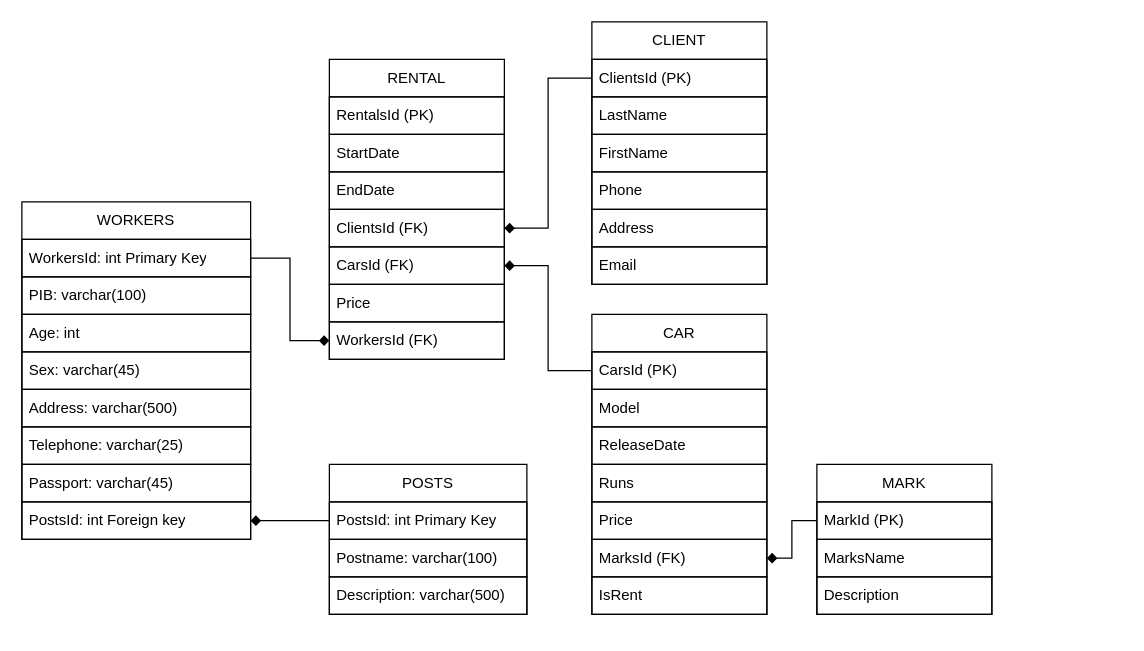
Erw1n-git/drawio_flowcharts keeps this draw.io diagram as physical.drawio. Above is the earlier version. Source tidied: cells renumbered, new cells numbered last; positions are measured from the earlier drawing's top-left corner, leaving out a move shared by most shapes. Both pictures are drawn from the tidied source at 125%, with x=0, y=0 at pixel (21, 21).
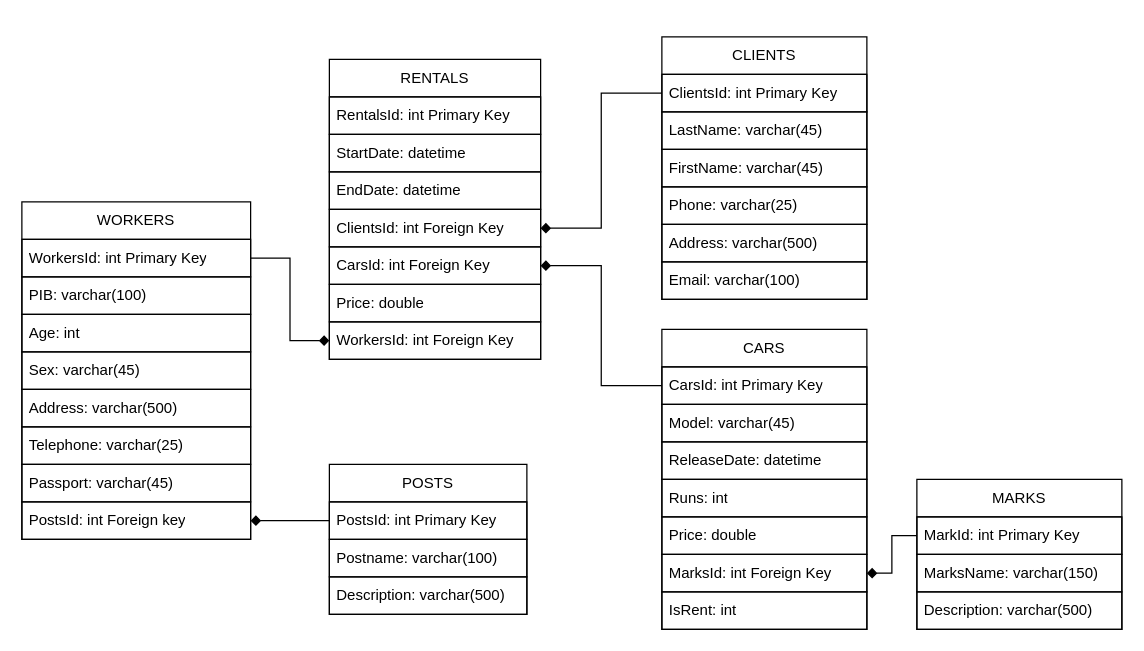
After the change.

What changed in the source:
```diff
@@
-    <mxCell id="16" value="RENTAL" style="swimlane;fontStyle=0;horizontal=1;startSize=30;whiteSpace=wrap;html=1;" parent="1" vertex="1">
-      <mxGeometry x="246" y="30" width="140" height="240" as="geometry" />
+    <mxCell id="16" value="RENTALS" style="swimlane;fontStyle=0;horizontal=1;startSize=30;whiteSpace=wrap;html=1;" parent="1" vertex="1">
+      <mxGeometry x="246" y="30" width="169" height="240" as="geometry" />
     </mxCell>
-    <mxCell id="17" value="RentalsId (PK)" style="text;strokeColor=default;fillColor=none;align=left;verticalAlign=middle;spacingLeft=4;spacingRight=4;overflow=hidden;whiteSpace=wrap;html=1;" parent="16" vertex="1">
-      <mxGeometry y="30" width="140" height="30" as="geometry" />
+    <mxCell id="17" value="RentalsId: int Primary Key" style="text;strokeColor=default;fillColor=none;align=left;verticalAlign=middle;spacingLeft=4;spacingRight=4;overflow=hidden;whiteSpace=wrap;html=1;" parent="16" vertex="1">
+      <mxGeometry y="30" width="169" height="30" as="geometry" />
     </mxCell>
-    <mxCell id="18" value="StartDate" style="text;strokeColor=default;fillColor=none;align=left;verticalAlign=middle;spacingLeft=4;spacingRight=4;overflow=hidden;whiteSpace=wrap;html=1;" parent="16" vertex="1">
-      <mxGeometry y="60" width="140" height="30" as="geometry" />
+    <mxCell id="18" value="StartDate: datetime" style="text;strokeColor=default;fillColor=none;align=left;verticalAlign=middle;spacingLeft=4;spacingRight=4;overflow=hidden;whiteSpace=wrap;html=1;" parent="16" vertex="1">
+      <mxGeometry y="60" width="169" height="30" as="geometry" />
     </mxCell>
-    <mxCell id="19" value="EndDate" style="text;strokeColor=default;fillColor=none;align=left;verticalAlign=middle;spacingLeft=4;spacingRight=4;overflow=hidden;whiteSpace=wrap;html=1;" parent="16" vertex="1">
-      <mxGeometry y="90" width="140" height="30" as="geometry" />
+    <mxCell id="19" value="EndDate: datetime" style="text;strokeColor=default;fillColor=none;align=left;verticalAlign=middle;spacingLeft=4;spacingRight=4;overflow=hidden;whiteSpace=wrap;html=1;" parent="16" vertex="1">
+      <mxGeometry y="90" width="169" height="30" as="geometry" />
     </mxCell>
-    <mxCell id="20" value="&lt;div&gt;ClientsId (FK)&lt;br&gt;&lt;/div&gt;" style="text;strokeColor=default;fillColor=none;align=left;verticalAlign=middle;spacingLeft=4;spacingRight=4;overflow=hidden;points=[[0,0.5],[1,0.5]];portConstraint=eastwest;whiteSpace=wrap;html=1;" parent="16" vertex="1">
-      <mxGeometry y="120" width="140" height="30" as="geometry" />
+    <mxCell id="20" value="&lt;div&gt;ClientsId: int Foreign Key&lt;br&gt;&lt;/div&gt;" style="text;strokeColor=default;fillColor=none;align=left;verticalAlign=middle;spacingLeft=4;spacingRight=4;overflow=hidden;points=[[0,0.5],[1,0.5]];portConstraint=eastwest;whiteSpace=wrap;html=1;" parent="16" vertex="1">
+      <mxGeometry y="120" width="169" height="30" as="geometry" />
     </mxCell>
-    <mxCell id="21" value="CarsId (FK)" style="text;strokeColor=default;fillColor=none;align=left;verticalAlign=middle;spacingLeft=4;spacingRight=4;overflow=hidden;points=[[0,0.5],[1,0.5]];portConstraint=eastwest;whiteSpace=wrap;html=1;" parent="16" vertex="1">
-      <mxGeometry y="150" width="140" height="30" as="geometry" />
+    <mxCell id="21" value="CarsId: int Foreign Key" style="text;strokeColor=default;fillColor=none;align=left;verticalAlign=middle;spacingLeft=4;spacingRight=4;overflow=hidden;points=[[0,0.5],[1,0.5]];portConstraint=eastwest;whiteSpace=wrap;html=1;" parent="16" vertex="1">
+      <mxGeometry y="150" width="169" height="30" as="geometry" />
     </mxCell>
-    <mxCell id="22" value="Price" style="text;strokeColor=default;fillColor=none;align=left;verticalAlign=middle;spacingLeft=4;spacingRight=4;overflow=hidden;whiteSpace=wrap;html=1;" parent="16" vertex="1">
-      <mxGeometry y="180" width="140" height="30" as="geometry" />
+    <mxCell id="22" value="Price: double" style="text;strokeColor=default;fillColor=none;align=left;verticalAlign=middle;spacingLeft=4;spacingRight=4;overflow=hidden;whiteSpace=wrap;html=1;" parent="16" vertex="1">
+      <mxGeometry y="180" width="169" height="30" as="geometry" />
     </mxCell>
-    <mxCell id="23" value="WorkersId (FK)" style="text;strokeColor=default;fillColor=none;align=left;verticalAlign=middle;spacingLeft=4;spacingRight=4;overflow=hidden;points=[[0,0.5],[1,0.5]];portConstraint=eastwest;whiteSpace=wrap;html=1;" parent="16" vertex="1">
-      <mxGeometry y="210" width="140" height="30" as="geometry" />
+    <mxCell id="23" value="WorkersId: int Foreign Key" style="text;strokeColor=default;fillColor=none;align=left;verticalAlign=middle;spacingLeft=4;spacingRight=4;overflow=hidden;points=[[0,0.5],[1,0.5]];portConstraint=eastwest;whiteSpace=wrap;html=1;" parent="16" vertex="1">
+      <mxGeometry y="210" width="169" height="30" as="geometry" />
     </mxCell>
-    <mxCell id="24" value="CAR" style="swimlane;fontStyle=0;horizontal=1;startSize=30;whiteSpace=wrap;html=1;" parent="1" vertex="1">
-      <mxGeometry x="456" y="234" width="140" height="240" as="geometry" />
+    <mxCell id="24" value="CARS" style="swimlane;fontStyle=0;horizontal=1;startSize=30;whiteSpace=wrap;html=1;" parent="1" vertex="1">
+      <mxGeometry x="512" y="246" width="164" height="240" as="geometry" />
     </mxCell>
-    <mxCell id="25" value="CarsId (PK)" style="text;strokeColor=default;fillColor=none;align=left;verticalAlign=middle;spacingLeft=4;spacingRight=4;overflow=hidden;points=[[0,0.5],[1,0.5]];portConstraint=eastwest;whiteSpace=wrap;html=1;" parent="24" vertex="1">
-      <mxGeometry y="30" width="140" height="30" as="geometry" />
+    <mxCell id="25" value="CarsId: int Primary Key" style="text;strokeColor=default;fillColor=none;align=left;verticalAlign=middle;spacingLeft=4;spacingRight=4;overflow=hidden;points=[[0,0.5],[1,0.5]];portConstraint=eastwest;whiteSpace=wrap;html=1;" parent="24" vertex="1">
+      <mxGeometry y="30" width="164" height="30" as="geometry" />
     </mxCell>
-    <mxCell id="26" value="Model" style="text;strokeColor=default;fillColor=none;align=left;verticalAlign=middle;spacingLeft=4;spacingRight=4;overflow=hidden;whiteSpace=wrap;html=1;" parent="24" vertex="1">
-      <mxGeometry y="60" width="140" height="30" as="geometry" />
+    <mxCell id="26" value="Model: varchar(45)" style="text;strokeColor=default;fillColor=none;align=left;verticalAlign=middle;spacingLeft=4;spacingRight=4;overflow=hidden;whiteSpace=wrap;html=1;" parent="24" vertex="1">
+      <mxGeometry y="60" width="164" height="30" as="geometry" />
     </mxCell>
-    <mxCell id="27" value="ReleaseDate" style="text;strokeColor=default;fillColor=none;align=left;verticalAlign=middle;spacingLeft=4;spacingRight=4;overflow=hidden;whiteSpace=wrap;html=1;" parent="24" vertex="1">
-      <mxGeometry y="90" width="140" height="30" as="geometry" />
+    <mxCell id="27" value="ReleaseDate: datetime" style="text;strokeColor=default;fillColor=none;align=left;verticalAlign=middle;spacingLeft=4;spacingRight=4;overflow=hidden;whiteSpace=wrap;html=1;" parent="24" vertex="1">
+      <mxGeometry y="90" width="164" height="30" as="geometry" />
     </mxCell>
-    <mxCell id="28" value="Runs" style="text;strokeColor=default;fillColor=none;align=left;verticalAlign=middle;spacingLeft=4;spacingRight=4;overflow=hidden;whiteSpace=wrap;html=1;" parent="24" vertex="1">
-      <mxGeometry y="120" width="140" height="30" as="geometry" />
+    <mxCell id="28" value="Runs: int" style="text;strokeColor=default;fillColor=none;align=left;verticalAlign=middle;spacingLeft=4;spacingRight=4;overflow=hidden;whiteSpace=wrap;html=1;" parent="24" vertex="1">
+      <mxGeometry y="120" width="164" height="30" as="geometry" />
     </mxCell>
-    <mxCell id="29" value="Price" style="text;strokeColor=default;fillColor=none;align=left;verticalAlign=middle;spacingLeft=4;spacingRight=4;overflow=hidden;whiteSpace=wrap;html=1;" parent="24" vertex="1">
-      <mxGeometry y="150" width="140" height="30" as="geometry" />
+    <mxCell id="29" value="Price: double" style="text;strokeColor=default;fillColor=none;align=left;verticalAlign=middle;spacingLeft=4;spacingRight=4;overflow=hidden;whiteSpace=wrap;html=1;" parent="24" vertex="1">
+      <mxGeometry y="150" width="164" height="30" as="geometry" />
     </mxCell>
-    <mxCell id="30" value="MarksId (FK)" style="text;strokeColor=default;fillColor=none;align=left;verticalAlign=middle;spacingLeft=4;spacingRight=4;overflow=hidden;points=[[0,0.5],[1,0.5]];portConstraint=eastwest;whiteSpace=wrap;html=1;" parent="24" vertex="1">
-      <mxGeometry y="180" width="140" height="30" as="geometry" />
+    <mxCell id="30" value="MarksId: int Foreign Key" style="text;strokeColor=default;fillColor=none;align=left;verticalAlign=middle;spacingLeft=4;spacingRight=4;overflow=hidden;points=[[0,0.5],[1,0.5]];portConstraint=eastwest;whiteSpace=wrap;html=1;" parent="24" vertex="1">
+      <mxGeometry y="180" width="164" height="30" as="geometry" />
     </mxCell>
-    <mxCell id="31" value="IsRent" style="text;strokeColor=default;fillColor=none;align=left;verticalAlign=middle;spacingLeft=4;spacingRight=4;overflow=hidden;whiteSpace=wrap;html=1;" parent="24" vertex="1">
-      <mxGeometry y="210" width="140" height="30" as="geometry" />
+    <mxCell id="31" value="IsRent: int" style="text;strokeColor=default;fillColor=none;align=left;verticalAlign=middle;spacingLeft=4;spacingRight=4;overflow=hidden;whiteSpace=wrap;html=1;" parent="24" vertex="1">
+      <mxGeometry y="210" width="164" height="30" as="geometry" />
     </mxCell>
-    <mxCell id="32" value="CLIENT" style="swimlane;fontStyle=0;horizontal=1;startSize=30;whiteSpace=wrap;html=1;" parent="1" vertex="1">
-      <mxGeometry x="456" width="140" height="210" as="geometry" />
+    <mxCell id="32" value="CLIENTS" style="swimlane;fontStyle=0;horizontal=1;startSize=30;whiteSpace=wrap;html=1;" parent="1" vertex="1">
+      <mxGeometry x="512" y="12" width="164" height="210" as="geometry" />
     </mxCell>
-    <mxCell id="33" value="ClientsId (PK)" style="text;strokeColor=default;fillColor=none;align=left;verticalAlign=middle;spacingLeft=4;spacingRight=4;overflow=hidden;points=[[0,0.5],[1,0.5]];portConstraint=eastwest;whiteSpace=wrap;html=1;" parent="32" vertex="1">
-      <mxGeometry y="30" width="140" height="30" as="geometry" />
+    <mxCell id="33" value="ClientsId: int Primary Key" style="text;strokeColor=default;fillColor=none;align=left;verticalAlign=middle;spacingLeft=4;spacingRight=4;overflow=hidden;points=[[0,0.5],[1,0.5]];portConstraint=eastwest;whiteSpace=wrap;html=1;" parent="32" vertex="1">
+      <mxGeometry y="30" width="164" height="30" as="geometry" />
     </mxCell>
-    <mxCell id="34" value="LastName" style="text;strokeColor=default;fillColor=none;align=left;verticalAlign=middle;spacingLeft=4;spacingRight=4;overflow=hidden;whiteSpace=wrap;html=1;" parent="32" vertex="1">
-      <mxGeometry y="60" width="140" height="30" as="geometry" />
+    <mxCell id="34" value="LastName: varchar(45)" style="text;strokeColor=default;fillColor=none;align=left;verticalAlign=middle;spacingLeft=4;spacingRight=4;overflow=hidden;whiteSpace=wrap;html=1;" parent="32" vertex="1">
+      <mxGeometry y="60" width="164" height="30" as="geometry" />
     </mxCell>
-    <mxCell id="35" value="FirstName" style="text;strokeColor=default;fillColor=none;align=left;verticalAlign=middle;spacingLeft=4;spacingRight=4;overflow=hidden;whiteSpace=wrap;html=1;" parent="32" vertex="1">
-      <mxGeometry y="90" width="140" height="30" as="geometry" />
+    <mxCell id="35" value="FirstName: varchar(45)" style="text;strokeColor=default;fillColor=none;align=left;verticalAlign=middle;spacingLeft=4;spacingRight=4;overflow=hidden;whiteSpace=wrap;html=1;" parent="32" vertex="1">
+      <mxGeometry y="90" width="164" height="30" as="geometry" />
     </mxCell>
-    <mxCell id="36" value="Phone" style="text;strokeColor=default;fillColor=none;align=left;verticalAlign=middle;spacingLeft=4;spacingRight=4;overflow=hidden;whiteSpace=wrap;html=1;" parent="32" vertex="1">
-      <mxGeometry y="120" width="140" height="30" as="geometry" />
+    <mxCell id="36" value="Phone: varchar(25)" style="text;strokeColor=default;fillColor=none;align=left;verticalAlign=middle;spacingLeft=4;spacingRight=4;overflow=hidden;whiteSpace=wrap;html=1;" parent="32" vertex="1">
+      <mxGeometry y="120" width="164" height="30" as="geometry" />
     </mxCell>
-    <mxCell id="37" value="Address" style="text;strokeColor=default;fillColor=none;align=left;verticalAlign=middle;spacingLeft=4;spacingRight=4;overflow=hidden;whiteSpace=wrap;html=1;" parent="32" vertex="1">
-      <mxGeometry y="150" width="140" height="30" as="geometry" />
+    <mxCell id="37" value="Address: varchar(500)" style="text;strokeColor=default;fillColor=none;align=left;verticalAlign=middle;spacingLeft=4;spacingRight=4;overflow=hidden;whiteSpace=wrap;html=1;" parent="32" vertex="1">
+      <mxGeometry y="150" width="164" height="30" as="geometry" />
     </mxCell>
-    <mxCell id="38" value="Email" style="text;strokeColor=default;fillColor=none;align=left;verticalAlign=middle;spacingLeft=4;spacingRight=4;overflow=hidden;whiteSpace=wrap;html=1;" parent="32" vertex="1">
-      <mxGeometry y="180" width="140" height="30" as="geometry" />
+    <mxCell id="38" value="Email: varchar(100)" style="text;strokeColor=default;fillColor=none;align=left;verticalAlign=middle;spacingLeft=4;spacingRight=4;overflow=hidden;whiteSpace=wrap;html=1;" parent="32" vertex="1">
+      <mxGeometry y="180" width="164" height="30" as="geometry" />
     </mxCell>
@@
-    <mxCell id="41" value="MARK" style="swimlane;fontStyle=0;horizontal=1;startSize=30;whiteSpace=wrap;html=1;" parent="1" vertex="1">
-      <mxGeometry x="636" y="354" width="140" height="120" as="geometry" />
+    <mxCell id="41" value="MARKS" style="swimlane;fontStyle=0;horizontal=1;startSize=30;whiteSpace=wrap;html=1;" parent="1" vertex="1">
+      <mxGeometry x="716" y="366" width="164" height="120" as="geometry" />
     </mxCell>
-    <mxCell id="42" value="&lt;div&gt;MarkId (PK)&lt;/div&gt;" style="text;strokeColor=default;fillColor=none;align=left;verticalAlign=middle;spacingLeft=4;spacingRight=4;overflow=hidden;points=[[0,0.5],[1,0.5]];portConstraint=eastwest;whiteSpace=wrap;html=1;" parent="41" vertex="1">
-      <mxGeometry y="30" width="140" height="30" as="geometry" />
+    <mxCell id="42" value="&lt;div&gt;MarkId: int Primary Key&lt;/div&gt;" style="text;strokeColor=default;fillColor=none;align=left;verticalAlign=middle;spacingLeft=4;spacingRight=4;overflow=hidden;points=[[0,0.5],[1,0.5]];portConstraint=eastwest;whiteSpace=wrap;html=1;" parent="41" vertex="1">
+      <mxGeometry y="30" width="164" height="30" as="geometry" />
     </mxCell>
-    <mxCell id="43" value="MarksName" style="text;strokeColor=default;fillColor=none;align=left;verticalAlign=middle;spacingLeft=4;spacingRight=4;overflow=hidden;whiteSpace=wrap;html=1;" parent="41" vertex="1">
-      <mxGeometry y="60" width="140" height="30" as="geometry" />
+    <mxCell id="43" value="MarksName: varchar(150)" style="text;strokeColor=default;fillColor=none;align=left;verticalAlign=middle;spacingLeft=4;spacingRight=4;overflow=hidden;whiteSpace=wrap;html=1;" parent="41" vertex="1">
+      <mxGeometry y="60" width="164" height="30" as="geometry" />
     </mxCell>
-    <mxCell id="44" value="Description" style="text;strokeColor=default;fillColor=none;align=left;verticalAlign=middle;spacingLeft=4;spacingRight=4;overflow=hidden;whiteSpace=wrap;html=1;" parent="41" vertex="1">
-      <mxGeometry y="90" width="140" height="30" as="geometry" />
+    <mxCell id="44" value="Description: varchar(500)" style="text;strokeColor=default;fillColor=none;align=left;verticalAlign=middle;spacingLeft=4;spacingRight=4;overflow=hidden;whiteSpace=wrap;html=1;" parent="41" vertex="1">
+      <mxGeometry y="90" width="164" height="30" as="geometry" />
     </mxCell>
```
